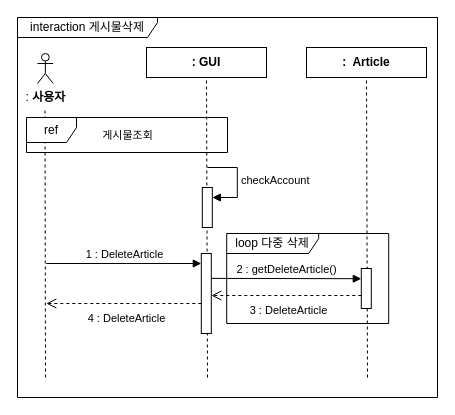
The draw.io diagram page "게시물삭제" (11 of 31) of KB 3기 2반 5조.drawio in C0012S/SoBe-it, before the edit. Source tidied: cells renumbered, new cells numbered last; positions are measured from the earlier drawing's top-left corner, leaving out a move shared by most shapes. Both pictures are drawn from the tidied source at 100%, with x=0, y=0 at pixel (17, 17).
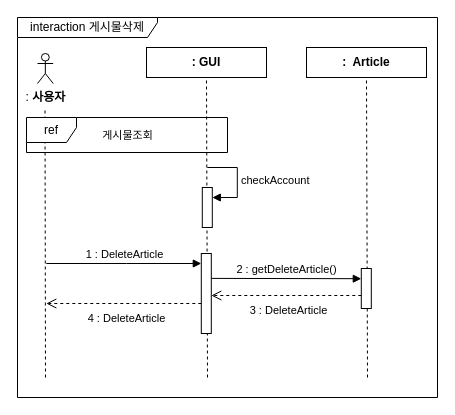
After the change.

The edit, as a diff of the source:
```diff
@@
-    <mxCell id="17" value="loop 다중 삭제" style="shape=umlFrame;whiteSpace=wrap;html=1;width=92;height=20;fillStyle=solid;" parent="1" vertex="1">
-      <mxGeometry x="209.2" y="216" width="162" height="90" as="geometry" />
-    </mxCell>
```
